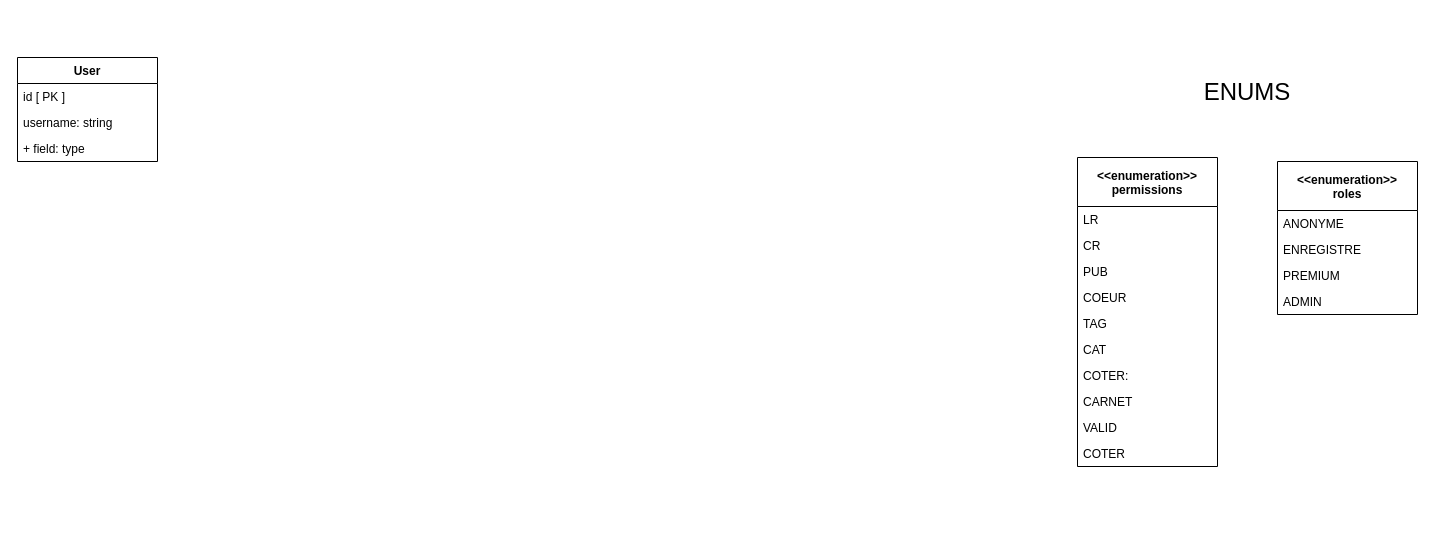
This is diagramme-recettes.drawio from Thomas088/diagramme-cuisine, a draw.io file, before an edit. Source tidied: cells renumbered, new cells numbered last; positions are measured from the earlier drawing's top-left corner, leaving out a move shared by most shapes. Both pictures are drawn from the tidied source at 100%, with x=0, y=0 at pixel (17, 37).
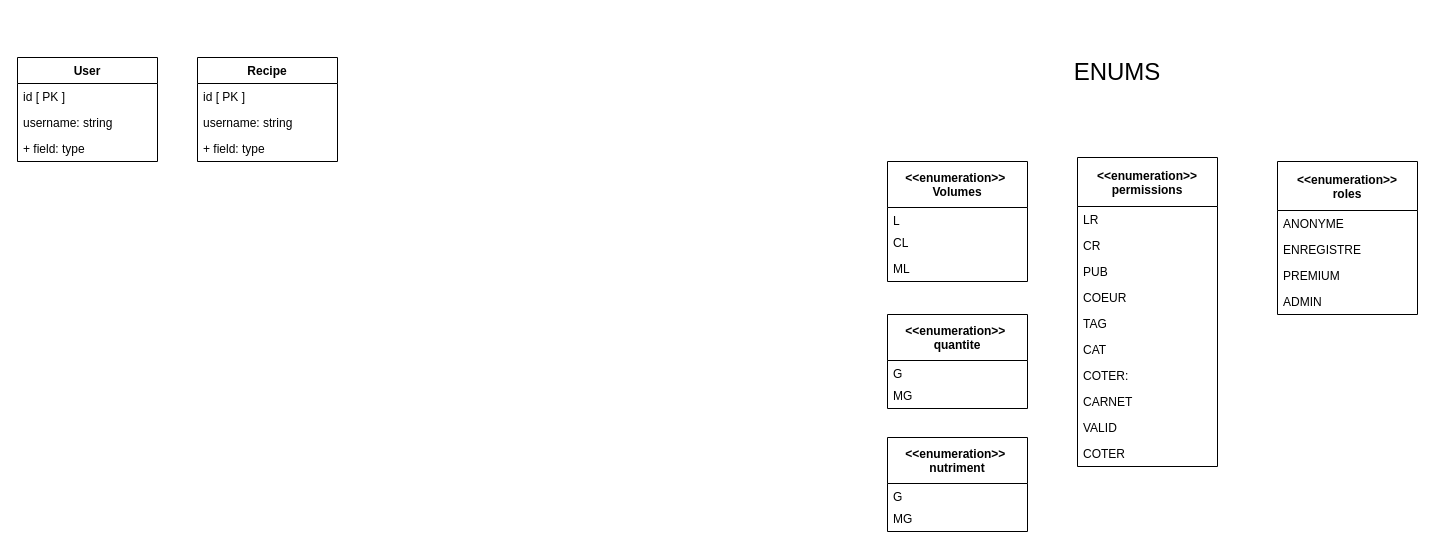
The same diagram, later.

Change to the diagram source:
```diff
@@
     <mxCell id="6" value="&lt;font style=&quot;font-size: 24px&quot;&gt;ENUMS&lt;/font&gt;" style="text;html=1;strokeColor=none;fillColor=none;align=center;verticalAlign=middle;whiteSpace=wrap;rounded=0;" parent="1" vertex="1">
-      <mxGeometry x="1130" width="200" height="110" as="geometry" />
+      <mxGeometry x="1000" y="-20" width="200" height="110" as="geometry" />
     </mxCell>
@@
+    <mxCell id="23" value="Recipe" style="swimlane;fontStyle=1;horizontal=1;startSize=26;fillColor=none;" parent="1" vertex="1">
+      <mxGeometry x="180" y="20" width="140" height="104" as="geometry" />
+    </mxCell>
+    <mxCell id="24" value="id [ PK ]" style="text;strokeColor=none;fillColor=none;align=left;verticalAlign=top;spacingLeft=4;spacingRight=4;overflow=hidden;" parent="23" vertex="1">
+      <mxGeometry y="26" width="140" height="26" as="geometry" />
+    </mxCell>
+    <mxCell id="25" value="username: string" style="text;strokeColor=none;fillColor=none;align=left;verticalAlign=top;spacingLeft=4;spacingRight=4;overflow=hidden;" parent="23" vertex="1">
+      <mxGeometry y="52" width="140" height="26" as="geometry" />
+    </mxCell>
+    <mxCell id="26" value="+ field: type" style="text;strokeColor=none;fillColor=none;align=left;verticalAlign=top;spacingLeft=4;spacingRight=4;overflow=hidden;" parent="23" vertex="1">
+      <mxGeometry y="78" width="140" height="26" as="geometry" />
+    </mxCell>
+    <mxCell id="27" value="&lt;&lt;enumeration&gt;&gt; &#10;Volumes" style="swimlane;fontStyle=1;horizontal=1;startSize=46;fillColor=none;" parent="1" vertex="1">
+      <mxGeometry x="870" y="124" width="140" height="120" as="geometry" />
+    </mxCell>
+    <mxCell id="28" value="L" style="text;strokeColor=none;fillColor=none;align=left;verticalAlign=top;spacingLeft=4;spacingRight=4;overflow=hidden;" parent="27" vertex="1">
+      <mxGeometry y="46" width="140" height="22" as="geometry" />
+    </mxCell>
+    <mxCell id="29" value="CL" style="text;strokeColor=none;fillColor=none;align=left;verticalAlign=top;spacingLeft=4;spacingRight=4;overflow=hidden;" parent="27" vertex="1">
+      <mxGeometry y="68" width="140" height="26" as="geometry" />
+    </mxCell>
+    <mxCell id="30" value="ML" style="text;strokeColor=none;fillColor=none;align=left;verticalAlign=top;spacingLeft=4;spacingRight=4;overflow=hidden;" parent="27" vertex="1">
+      <mxGeometry y="94" width="140" height="26" as="geometry" />
+    </mxCell>
+    <mxCell id="31" value="&lt;&lt;enumeration&gt;&gt; &#10;quantite" style="swimlane;fontStyle=1;horizontal=1;startSize=46;fillColor=none;" parent="1" vertex="1">
+      <mxGeometry x="870" y="277" width="140" height="94" as="geometry" />
+    </mxCell>
+    <mxCell id="32" value="G" style="text;strokeColor=none;fillColor=none;align=left;verticalAlign=top;spacingLeft=4;spacingRight=4;overflow=hidden;" parent="31" vertex="1">
+      <mxGeometry y="46" width="140" height="22" as="geometry" />
+    </mxCell>
+    <mxCell id="33" value="MG" style="text;strokeColor=none;fillColor=none;align=left;verticalAlign=top;spacingLeft=4;spacingRight=4;overflow=hidden;" parent="31" vertex="1">
+      <mxGeometry y="68" width="140" height="26" as="geometry" />
+    </mxCell>
+    <mxCell id="34" value="&lt;&lt;enumeration&gt;&gt; &#10;nutriment" style="swimlane;fontStyle=1;horizontal=1;startSize=46;fillColor=none;" parent="1" vertex="1">
+      <mxGeometry x="870" y="400" width="140" height="94" as="geometry" />
+    </mxCell>
+    <mxCell id="35" value="G" style="text;strokeColor=none;fillColor=none;align=left;verticalAlign=top;spacingLeft=4;spacingRight=4;overflow=hidden;" parent="34" vertex="1">
+      <mxGeometry y="46" width="140" height="22" as="geometry" />
+    </mxCell>
+    <mxCell id="36" value="MG" style="text;strokeColor=none;fillColor=none;align=left;verticalAlign=top;spacingLeft=4;spacingRight=4;overflow=hidden;" parent="34" vertex="1">
+      <mxGeometry y="68" width="140" height="26" as="geometry" />
+    </mxCell>
```
